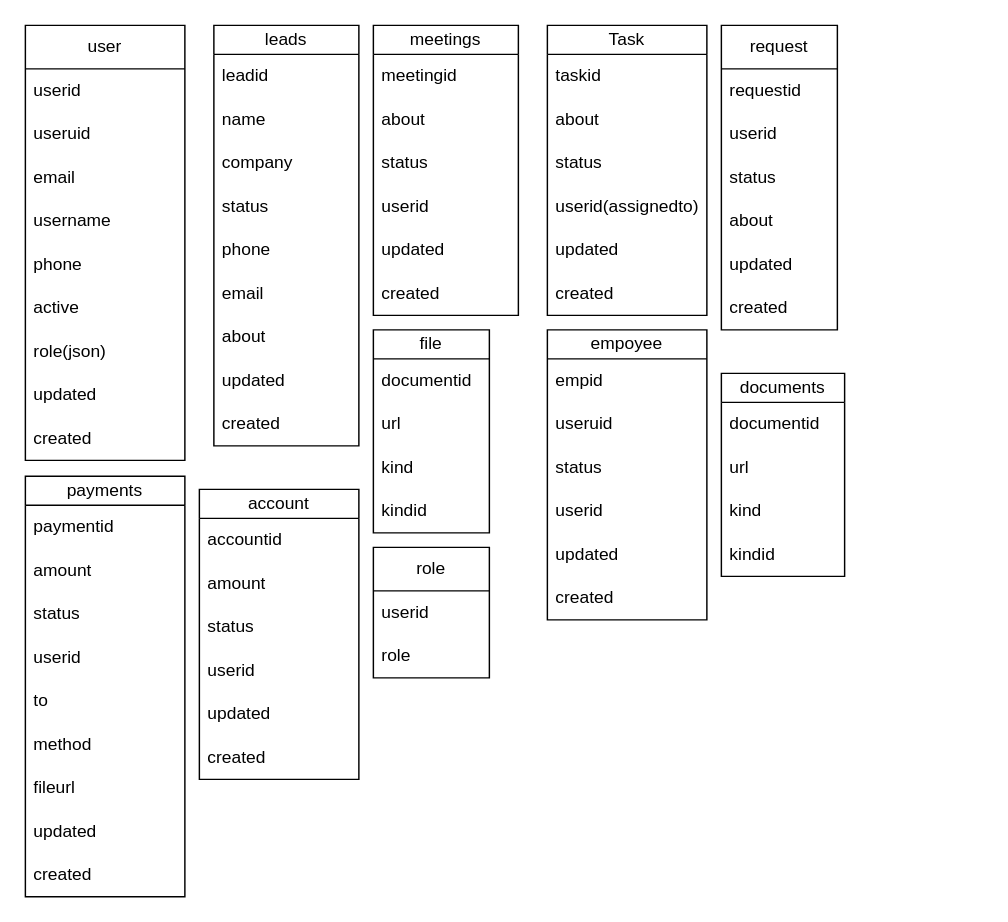
Before: eprcrm.drawio in austinwam/atimucms, a draw.io diagram. Source tidied: cells renumbered, new cells numbered last; positions are measured from the earlier drawing's top-left corner, leaving out a move shared by most shapes. Both pictures are drawn from the tidied source at 145%, with x=0, y=0 at pixel (25, 25).
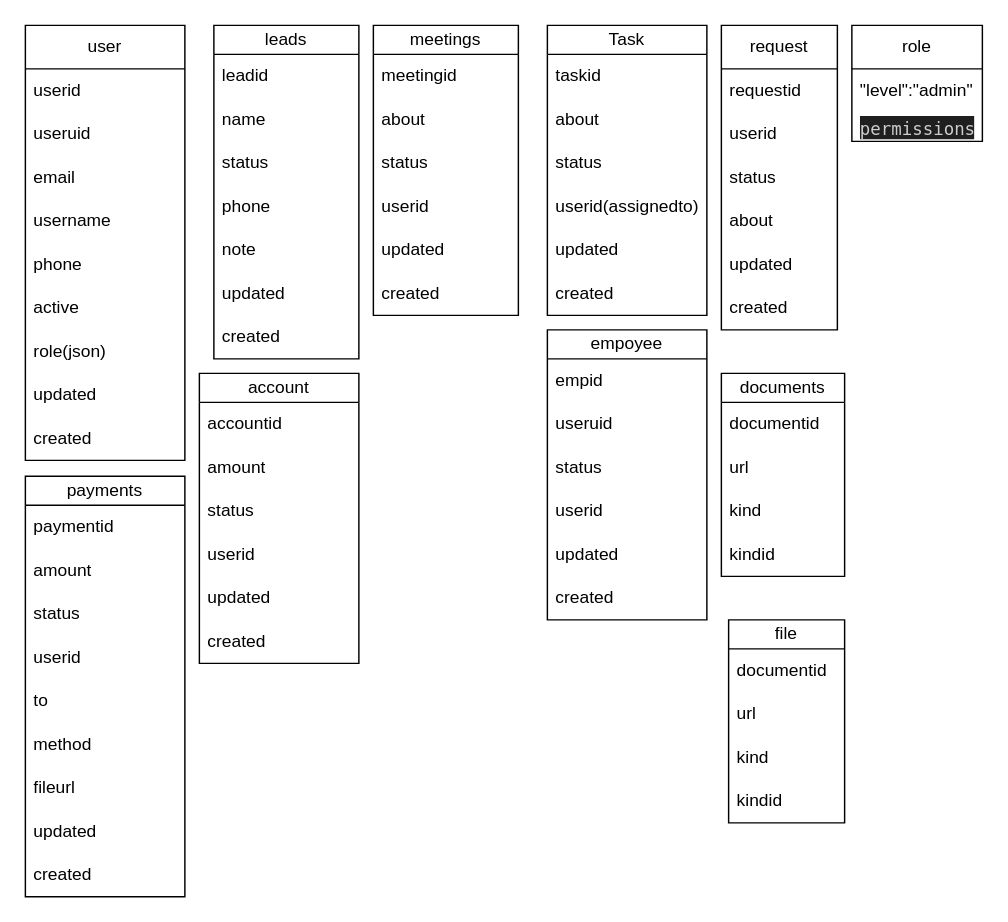
The same diagram, later.

Change to the diagram source:
```diff
@@
     <mxCell id="2" value="role" style="swimlane;fontStyle=0;horizontal=1;startSize=30;whiteSpace=wrap;html=1;" parent="1" vertex="1">
-      <mxGeometry x="240" y="360" width="80" height="90" as="geometry" />
+      <mxGeometry x="570" width="90" height="80" as="geometry" />
     </mxCell>
-    <mxCell id="3" value="userid" style="text;strokeColor=none;fillColor=none;align=left;verticalAlign=middle;spacingLeft=4;spacingRight=4;overflow=hidden;whiteSpace=wrap;html=1;" parent="2" vertex="1">
-      <mxGeometry y="30" width="80" height="30" as="geometry" />
+    <mxCell id="3" value="&quot;level&quot;:&quot;admin&quot;" style="text;strokeColor=none;fillColor=none;align=left;verticalAlign=middle;spacingLeft=4;spacingRight=4;overflow=hidden;whiteSpace=wrap;html=1;" parent="2" vertex="1">
+      <mxGeometry y="30" width="90" height="30" as="geometry" />
     </mxCell>
-    <mxCell id="4" value="role" style="text;strokeColor=none;fillColor=none;align=left;verticalAlign=middle;spacingLeft=4;spacingRight=4;overflow=hidden;whiteSpace=wrap;html=1;" parent="2" vertex="1">
-      <mxGeometry y="60" width="80" height="30" as="geometry" />
+    <mxCell id="4" value="&lt;div style=&quot;color: rgb(204, 204, 204); background-color: rgb(31, 31, 31); font-family: Menlo, Monaco, &amp;quot;Courier New&amp;quot;, monospace; line-height: 18px;&quot;&gt;&lt;div style=&quot;line-height: 18px;&quot;&gt;permissions&lt;/div&gt;&lt;/div&gt;" style="text;strokeColor=none;fillColor=none;align=left;verticalAlign=middle;spacingLeft=4;spacingRight=4;overflow=hidden;whiteSpace=wrap;html=1;" parent="2" vertex="1">
+      <mxGeometry y="60" width="90" height="20" as="geometry" />
     </mxCell>
@@
     <mxCell id="15" value="leads" style="swimlane;fontStyle=0;horizontal=1;startSize=20;whiteSpace=wrap;html=1;" parent="1" vertex="1">
-      <mxGeometry x="130" width="100" height="290" as="geometry" />
+      <mxGeometry x="130" width="100" height="230" as="geometry" />
     </mxCell>
@@
-    <mxCell id="18" value="company" style="text;strokeColor=none;fillColor=none;align=left;verticalAlign=middle;spacingLeft=4;spacingRight=4;overflow=hidden;whiteSpace=wrap;html=1;" parent="15" vertex="1">
-      <mxGeometry y="80" width="100" height="30" as="geometry" />
-    </mxCell>
     <mxCell id="19" value="status" style="text;strokeColor=none;fillColor=none;align=left;verticalAlign=middle;spacingLeft=4;spacingRight=4;overflow=hidden;whiteSpace=wrap;html=1;" parent="15" vertex="1">
-      <mxGeometry y="110" width="100" height="30" as="geometry" />
+      <mxGeometry y="80" width="100" height="30" as="geometry" />
     </mxCell>
     <mxCell id="20" value="phone" style="text;strokeColor=none;fillColor=none;align=left;verticalAlign=middle;spacingLeft=4;spacingRight=4;overflow=hidden;whiteSpace=wrap;html=1;" parent="15" vertex="1">
-      <mxGeometry y="140" width="100" height="30" as="geometry" />
+      <mxGeometry y="110" width="100" height="30" as="geometry" />
     </mxCell>
-    <mxCell id="21" value="email" style="text;strokeColor=none;fillColor=none;align=left;verticalAlign=middle;spacingLeft=4;spacingRight=4;overflow=hidden;whiteSpace=wrap;html=1;" parent="15" vertex="1">
-      <mxGeometry y="170" width="100" height="30" as="geometry" />
-    </mxCell>
-    <mxCell id="22" value="about" style="text;strokeColor=none;fillColor=none;align=left;verticalAlign=middle;spacingLeft=4;spacingRight=4;overflow=hidden;whiteSpace=wrap;html=1;" parent="15" vertex="1">
-      <mxGeometry y="200" width="100" height="30" as="geometry" />
+    <mxCell id="22" value="note" style="text;strokeColor=none;fillColor=none;align=left;verticalAlign=middle;spacingLeft=4;spacingRight=4;overflow=hidden;whiteSpace=wrap;html=1;" parent="15" vertex="1">
+      <mxGeometry y="140" width="100" height="30" as="geometry" />
     </mxCell>
     <mxCell id="23" value="updated" style="text;strokeColor=none;fillColor=none;align=left;verticalAlign=middle;spacingLeft=4;spacingRight=4;overflow=hidden;whiteSpace=wrap;html=1;" parent="15" vertex="1">
-      <mxGeometry y="230" width="100" height="30" as="geometry" />
+      <mxGeometry y="170" width="100" height="30" as="geometry" />
     </mxCell>
     <mxCell id="24" value="created" style="text;strokeColor=none;fillColor=none;align=left;verticalAlign=middle;spacingLeft=4;spacingRight=4;overflow=hidden;whiteSpace=wrap;html=1;" parent="15" vertex="1">
-      <mxGeometry y="260" width="100" height="30" as="geometry" />
+      <mxGeometry y="200" width="100" height="30" as="geometry" />
     </mxCell>
@@
     <mxCell id="56" value="account" style="swimlane;fontStyle=0;horizontal=1;startSize=20;whiteSpace=wrap;html=1;" parent="1" vertex="1">
-      <mxGeometry x="120" y="320" width="110" height="200" as="geometry" />
+      <mxGeometry x="120" y="240" width="110" height="200" as="geometry" />
     </mxCell>
@@
     <mxCell id="68" value="file" style="swimlane;fontStyle=0;horizontal=1;startSize=20;whiteSpace=wrap;html=1;" parent="1" vertex="1">
-      <mxGeometry x="240" y="210" width="80" height="140" as="geometry" />
+      <mxGeometry x="485" y="410" width="80" height="140" as="geometry" />
     </mxCell>
```
